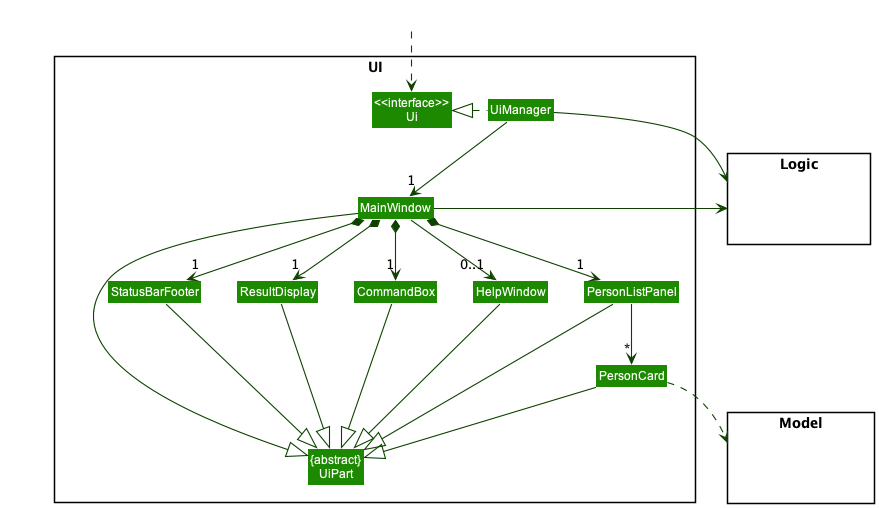
nus-cs2103-AY2223S1/tp keeps this PlantUML diagram as docs/images/UiClassDiagram.png. Above is the earlier version.
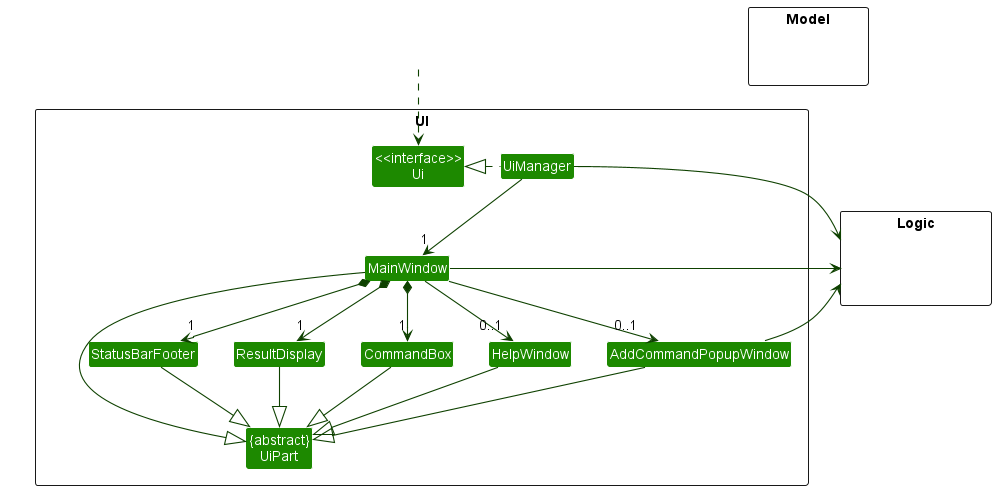
Later version of the same file.

The edit, as a diff of the source:
```diff
@@ -11,10 +11,9 @@
 Class MainWindow
 Class HelpWindow
 Class ResultDisplay
-Class PersonListPanel
-Class PersonCard
 Class StatusBarFooter
 Class CommandBox
+Class AddCommandPopupWindow
 }
 
 package Model <<Rectangle>> {
@@ -32,26 +31,21 @@
 UiManager -down-> "1" MainWindow
 MainWindow *-down->  "1" CommandBox
 MainWindow *-down-> "1" ResultDisplay
-MainWindow *-down-> "1" PersonListPanel
 MainWindow *-down-> "1" StatusBarFooter
 MainWindow --> "0..1" HelpWindow
-
-PersonListPanel -down-> "*" PersonCard
+MainWindow --> "0..1" AddCommandPopupWindow
 
 MainWindow -left-|> UiPart
-
 ResultDisplay --|> UiPart
 CommandBox --|> UiPart
-PersonListPanel --|> UiPart
-PersonCard --|> UiPart
 StatusBarFooter --|> UiPart
 HelpWindow --|> UiPart
+AddCommandPopupWindow --|> UiPart
 
-PersonCard ..> Model
 UiManager -right-> Logic
 MainWindow -left-> Logic
+AddCommandPopupWindow--> Logic
 
-PersonListPanel -[hidden]left- HelpWindow
 HelpWindow -[hidden]left- CommandBox
 CommandBox -[hidden]left- ResultDisplay
 ResultDisplay -[hidden]left- StatusBarFooter
```
